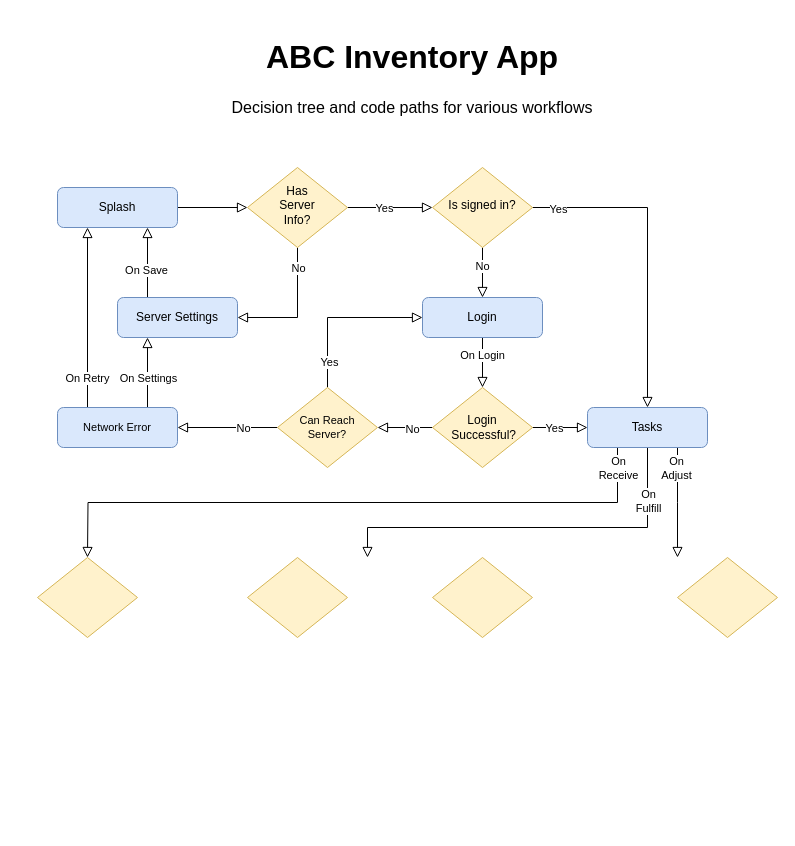
The draw.io diagram diagrams/abc_inventory_app.drawio in abcsoftware/abc-docs, before the edit. Source tidied: cells renumbered, new cells numbered last; positions are measured from the earlier drawing's top-left corner, leaving out a move shared by most shapes. Both pictures are drawn from the tidied source at 100%, with x=0, y=0 at pixel (37, 27).
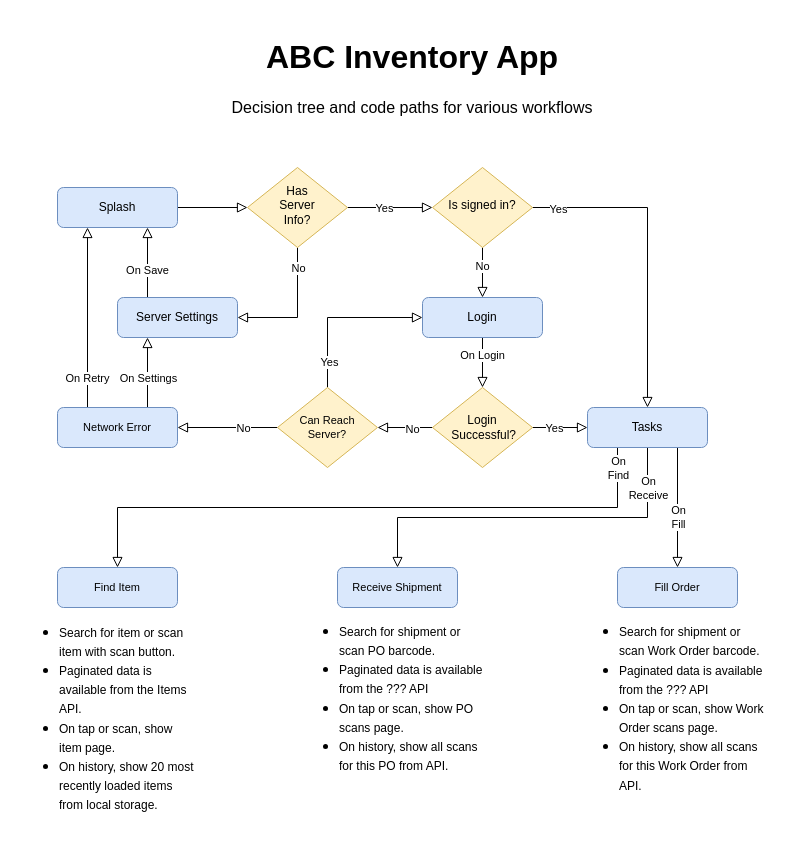
The same page after the edit.

Unchanged cells that the change refers to:
```xml
<mxCell id="26" value="Tasks" style="rounded=1;whiteSpace=wrap;html=1;fontSize=12;glass=0;strokeWidth=1;shadow=0;fillColor=#dae8fc;strokeColor=#6c8ebf;" parent="1" vertex="1">
  <mxGeometry x="550" y="380" width="120" height="40" as="geometry" />
</mxCell>
```

The edit, as a diff of the source:
```diff
@@
-    <mxCell id="20" style="edgeStyle=orthogonalEdgeStyle;shape=connector;rounded=0;jettySize=auto;html=1;exitX=0.25;exitY=1;exitDx=0;exitDy=0;shadow=0;labelBackgroundColor=none;strokeColor=default;strokeWidth=1;fontFamily=Helvetica;fontSize=11;fontColor=default;endArrow=block;endFill=0;endSize=8;" parent="1" edge="1" source="26">
-      <mxGeometry relative="1" as="geometry">
-        <mxPoint x="50" y="530" as="targetPoint" />
-      </mxGeometry>
+    <mxCell id="20" style="edgeStyle=orthogonalEdgeStyle;shape=connector;rounded=0;jettySize=auto;html=1;exitX=0.25;exitY=1;exitDx=0;exitDy=0;shadow=0;labelBackgroundColor=none;strokeColor=default;strokeWidth=1;fontFamily=Helvetica;fontSize=11;fontColor=default;endArrow=block;endFill=0;endSize=8;entryX=0.5;entryY=0;entryDx=0;entryDy=0;" parent="1" edge="1" source="26" target="47">
+      <mxGeometry relative="1" as="geometry" />
     </mxCell>
-    <mxCell id="21" value="On&lt;br&gt;Receive" style="edgeLabel;html=1;align=center;verticalAlign=middle;fontSize=11;fontFamily=Helvetica;fontColor=default;" parent="20" vertex="1">
+    <mxCell id="21" value="On&lt;br&gt;Find" style="edgeLabel;html=1;align=center;verticalAlign=middle;fontSize=11;fontFamily=Helvetica;fontColor=default;" parent="20" vertex="1">
       <mxGeometry x="-0.95" relative="1" as="geometry">
         <mxPoint y="4" as="offset" />
       </mxGeometry>
     </mxCell>
-    <mxCell id="22" style="edgeStyle=orthogonalEdgeStyle;shape=connector;rounded=0;jettySize=auto;html=1;exitX=0.75;exitY=1;exitDx=0;exitDy=0;shadow=0;labelBackgroundColor=none;strokeColor=default;strokeWidth=1;fontFamily=Helvetica;fontSize=11;fontColor=default;endArrow=block;endFill=0;endSize=8;" parent="1" edge="1" source="26">
-      <mxGeometry relative="1" as="geometry">
-        <mxPoint x="640" y="530" as="targetPoint" />
-      </mxGeometry>
+    <mxCell id="22" style="edgeStyle=orthogonalEdgeStyle;shape=connector;rounded=0;jettySize=auto;html=1;exitX=0.75;exitY=1;exitDx=0;exitDy=0;shadow=0;labelBackgroundColor=none;strokeColor=default;strokeWidth=1;fontFamily=Helvetica;fontSize=11;fontColor=default;endArrow=block;endFill=0;endSize=8;entryX=0.5;entryY=0;entryDx=0;entryDy=0;" parent="1" edge="1" source="26" target="49">
+      <mxGeometry relative="1" as="geometry" />
     </mxCell>
-    <mxCell id="23" value="On&lt;br&gt;Adjust" style="edgeLabel;html=1;align=center;verticalAlign=middle;fontSize=11;fontFamily=Helvetica;fontColor=default;" parent="22" vertex="1">
+    <mxCell id="23" value="On&lt;br&gt;Fill" style="edgeLabel;html=1;align=center;verticalAlign=middle;fontSize=11;fontFamily=Helvetica;fontColor=default;" parent="22" vertex="1">
       <mxGeometry x="0.34" y="-2" relative="1" as="geometry">
-        <mxPoint y="-53" as="offset" />
+        <mxPoint x="2" y="-11" as="offset" />
       </mxGeometry>
     </mxCell>
-    <mxCell id="24" style="edgeStyle=orthogonalEdgeStyle;shape=connector;rounded=0;jettySize=auto;html=1;exitX=0.5;exitY=1;exitDx=0;exitDy=0;shadow=0;labelBackgroundColor=none;strokeColor=default;strokeWidth=1;fontFamily=Helvetica;fontSize=11;fontColor=default;endArrow=block;endFill=0;endSize=8;" parent="1" edge="1" source="26">
+    <mxCell id="24" style="edgeStyle=orthogonalEdgeStyle;shape=connector;rounded=0;jettySize=auto;html=1;exitX=0.5;exitY=1;exitDx=0;exitDy=0;shadow=0;labelBackgroundColor=none;strokeColor=default;strokeWidth=1;fontFamily=Helvetica;fontSize=11;fontColor=default;endArrow=block;endFill=0;endSize=8;entryX=0.5;entryY=0;entryDx=0;entryDy=0;" parent="1" edge="1" source="26" target="48">
       <mxGeometry relative="1" as="geometry">
-        <mxPoint x="330" y="530" as="targetPoint" />
         <Array as="points">
-          <mxPoint x="610" y="500" />
-          <mxPoint x="330" y="500" />
+          <mxPoint x="610" y="490" />
+          <mxPoint x="360" y="490" />
         </Array>
       </mxGeometry>
     </mxCell>
-    <mxCell id="25" value="On&lt;br&gt;Fulfill" style="edgeLabel;html=1;align=center;verticalAlign=middle;fontSize=11;fontFamily=Helvetica;fontColor=default;" parent="24" vertex="1">
-      <mxGeometry x="-0.73" relative="1" as="geometry" />
+    <mxCell id="25" value="On&lt;br&gt;Receive" style="edgeLabel;html=1;align=center;verticalAlign=middle;fontSize=11;fontFamily=Helvetica;fontColor=default;" parent="24" vertex="1">
+      <mxGeometry x="-0.73" relative="1" as="geometry">
+        <mxPoint y="-10" as="offset" />
+      </mxGeometry>
     </mxCell>
@@
-    <mxCell id="43" style="strokeWidth=1;html=1;shape=mxgraph.flowchart.decision;whiteSpace=wrap;fontSize=16;fillColor=#fff2cc;strokeColor=#d6b656;" parent="1" vertex="1">
-      <mxGeometry y="530" width="100" height="80" as="geometry" />
-    </mxCell>
-    <mxCell id="44" style="strokeWidth=1;html=1;shape=mxgraph.flowchart.decision;whiteSpace=wrap;fontSize=16;fillColor=#fff2cc;strokeColor=#d6b656;" parent="1" vertex="1">
-      <mxGeometry x="210" y="530" width="100" height="80" as="geometry" />
-    </mxCell>
-    <mxCell id="45" style="strokeWidth=1;html=1;shape=mxgraph.flowchart.decision;whiteSpace=wrap;fontSize=16;fillColor=#fff2cc;strokeColor=#d6b656;" parent="1" vertex="1">
-      <mxGeometry x="395" y="530" width="100" height="80" as="geometry" />
-    </mxCell>
-    <mxCell id="46" style="strokeWidth=1;html=1;shape=mxgraph.flowchart.decision;whiteSpace=wrap;fontSize=16;fillColor=#fff2cc;strokeColor=#d6b656;" parent="1" vertex="1">
-      <mxGeometry x="640" y="530" width="100" height="80" as="geometry" />
-    </mxCell>
+    <mxCell id="47" value="Find Item" style="rounded=1;whiteSpace=wrap;html=1;fontFamily=Helvetica;fontSize=11;fillColor=#dae8fc;strokeColor=#6c8ebf;" parent="1" vertex="1">
+      <mxGeometry x="20" y="540" width="120" height="40" as="geometry" />
+    </mxCell>
+    <mxCell id="48" value="Receive Shipment" style="rounded=1;whiteSpace=wrap;html=1;fontFamily=Helvetica;fontSize=11;fillColor=#dae8fc;strokeColor=#6c8ebf;" parent="1" vertex="1">
+      <mxGeometry x="300" y="540" width="120" height="40" as="geometry" />
+    </mxCell>
+    <mxCell id="49" value="Fill Order" style="rounded=1;whiteSpace=wrap;html=1;fontFamily=Helvetica;fontSize=11;fillColor=#dae8fc;strokeColor=#6c8ebf;" parent="1" vertex="1">
+      <mxGeometry x="580" y="540" width="120" height="40" as="geometry" />
+    </mxCell>
+    <mxCell id="50" value="&lt;ul&gt;&lt;li&gt;&lt;font style=&quot;font-size: 12px;&quot;&gt;Search for item or scan item with scan button.&lt;/font&gt;&lt;/li&gt;&lt;li&gt;&lt;font style=&quot;font-size: 12px;&quot;&gt;Paginated data is available from the Items API.&lt;/font&gt;&lt;/li&gt;&lt;li&gt;&lt;font style=&quot;font-size: 12px;&quot;&gt;On tap or scan, show item page.&lt;/font&gt;&lt;/li&gt;&lt;li&gt;&lt;span style=&quot;font-size: 12px;&quot;&gt;On history, show 20 most recently loaded items from local storage.&lt;/span&gt;&lt;/li&gt;&lt;/ul&gt;" style="text;html=1;strokeColor=none;fillColor=none;align=left;verticalAlign=middle;whiteSpace=wrap;rounded=0;fontSize=16;" parent="1" vertex="1">
+      <mxGeometry x="-20" y="580" width="180" height="220" as="geometry" />
+    </mxCell>
+    <mxCell id="51" value="&lt;ul&gt;&lt;li&gt;&lt;font style=&quot;font-size: 12px;&quot;&gt;Search for shipment or scan PO barcode.&lt;/font&gt;&lt;/li&gt;&lt;li&gt;&lt;font style=&quot;font-size: 12px;&quot;&gt;Paginated data is available from the ??? API&lt;/font&gt;&lt;/li&gt;&lt;li&gt;&lt;font style=&quot;font-size: 12px;&quot;&gt;On tap or scan, show PO scans page.&lt;/font&gt;&lt;/li&gt;&lt;li&gt;&lt;span style=&quot;font-size: 12px;&quot;&gt;On history, show all scans for this PO from API.&lt;/span&gt;&lt;/li&gt;&lt;/ul&gt;" style="text;html=1;strokeColor=none;fillColor=none;align=left;verticalAlign=middle;whiteSpace=wrap;rounded=0;fontSize=16;" parent="1" vertex="1">
+      <mxGeometry x="260" y="580" width="190" height="180" as="geometry" />
+    </mxCell>
+    <mxCell id="52" value="&lt;ul&gt;&lt;li&gt;&lt;font style=&quot;font-size: 12px;&quot;&gt;Search for shipment or scan Work Order barcode.&lt;/font&gt;&lt;/li&gt;&lt;li&gt;&lt;font style=&quot;font-size: 12px;&quot;&gt;Paginated data is available from the ??? API&lt;/font&gt;&lt;/li&gt;&lt;li&gt;&lt;font style=&quot;font-size: 12px;&quot;&gt;On tap or scan, show Work Order scans page.&lt;/font&gt;&lt;/li&gt;&lt;li&gt;&lt;span style=&quot;font-size: 12px;&quot;&gt;On history, show all scans for this Work Order from API.&lt;/span&gt;&lt;/li&gt;&lt;/ul&gt;" style="text;html=1;strokeColor=none;fillColor=none;align=left;verticalAlign=middle;whiteSpace=wrap;rounded=0;fontSize=16;" parent="1" vertex="1">
+      <mxGeometry x="540" y="580" width="190" height="200" as="geometry" />
+    </mxCell>
```
